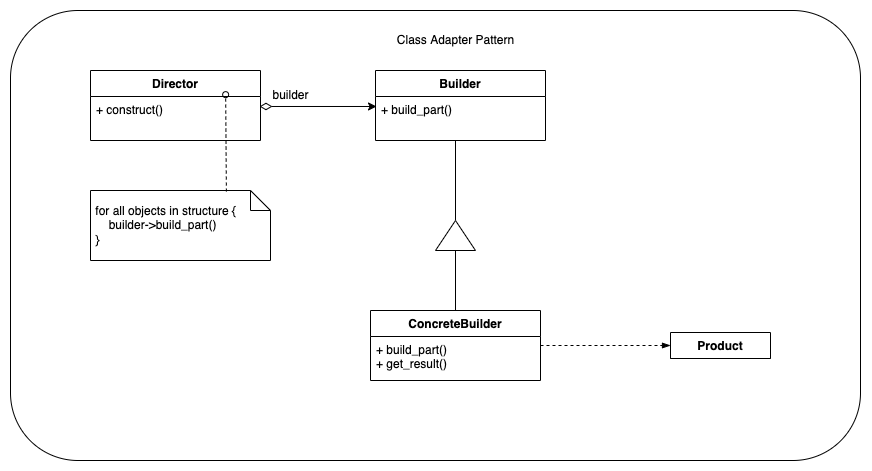
Earlier version of the draw.io export creational/builder/diagrams/builder-generic.png (vBarbaros/design-patterns-py). Source tidied: cells renumbered, new cells last; positions are measured from the earlier drawing's top-left corner, leaving out a move shared by most shapes. Its diagram source:
```xml
<mxGraphModel>
  <root>
    <mxCell id="0" />
    <mxCell id="1" parent="0" />
    <mxCell id="2" style="rounded=1;whiteSpace=wrap;html=1;" parent="1" vertex="1">
      <mxGeometry width="850" height="450" as="geometry" />
    </mxCell>
    <mxCell id="3" style="edgeStyle=orthogonalEdgeStyle;rounded=0;jettySize=auto;html=1;endArrow=none;endFill=0;" parent="1" edge="1" source="4" target="11">
      <mxGeometry relative="1" as="geometry">
        <Array as="points">
          <mxPoint x="440" y="225" />
        </Array>
      </mxGeometry>
    </mxCell>
    <mxCell id="4" value="ConcreteBuilder" style="swimlane;fontStyle=1;align=center;verticalAlign=top;horizontal=1;startSize=26;" parent="1" vertex="1">
      <mxGeometry x="360" y="300" width="170" height="70" as="geometry" />
    </mxCell>
    <mxCell id="5" value="+ build_part()&#10;+ get_result()" style="text;strokeColor=none;fillColor=none;align=left;verticalAlign=top;spacingLeft=4;spacingRight=4;overflow=hidden;" parent="4" vertex="1">
      <mxGeometry y="26" width="170" height="44" as="geometry" />
    </mxCell>
    <mxCell id="6" style="edgeStyle=orthogonalEdgeStyle;rounded=0;jettySize=auto;html=1;exitX=0.006;exitY=0.227;exitDx=0;exitDy=0;entryX=0.994;entryY=0.227;entryDx=0;entryDy=0;endArrow=diamondThin;endFill=0;strokeWidth=1;endSize=10;startArrow=classic;startFill=1;entryPerimeter=0;exitPerimeter=0;" parent="1" edge="1" source="9" target="14">
      <mxGeometry relative="1" as="geometry" />
    </mxCell>
    <mxCell id="7" value="Class Adapter Pattern" style="text;html=1;align=center;verticalAlign=middle;strokeColor=none;fillColor=none;" parent="1" vertex="1">
      <mxGeometry x="375" y="15" width="140" height="30" as="geometry" />
    </mxCell>
    <mxCell id="8" value="Builder" style="swimlane;fontStyle=1;align=center;verticalAlign=top;horizontal=1;startSize=26;" parent="1" vertex="1">
      <mxGeometry x="365" y="60" width="170" height="70" as="geometry" />
    </mxCell>
    <mxCell id="9" value="+ build_part()" style="text;strokeColor=none;fillColor=none;align=left;verticalAlign=top;spacingLeft=4;spacingRight=4;overflow=hidden;points=[[0,0.5],[1,0.5]];portConstraint=eastwest;" parent="8" vertex="1">
      <mxGeometry y="26" width="170" height="44" as="geometry" />
    </mxCell>
    <mxCell id="10" style="edgeStyle=orthogonalEdgeStyle;rounded=0;jettySize=auto;html=1;exitX=1;exitY=0.5;exitDx=0;exitDy=0;startArrow=none;startFill=0;endArrow=none;endFill=0;endSize=10;strokeWidth=1;" parent="1" edge="1" source="11">
      <mxGeometry relative="1" as="geometry">
        <mxPoint x="445" y="130" as="targetPoint" />
      </mxGeometry>
    </mxCell>
    <mxCell id="11" style="triangle;whiteSpace=wrap;html=1;direction=north;" parent="1" vertex="1">
      <mxGeometry x="425" y="210" width="40" height="30" as="geometry" />
    </mxCell>
    <mxCell id="12" value="builder" style="text;html=1;align=center;verticalAlign=middle;strokeColor=none;fillColor=none;" parent="1" vertex="1">
      <mxGeometry x="250" y="70" width="60" height="30" as="geometry" />
    </mxCell>
    <mxCell id="13" value="Director" style="swimlane;fontStyle=1;align=center;verticalAlign=top;horizontal=1;startSize=26;" parent="1" vertex="1">
      <mxGeometry x="80" y="60" width="170" height="70" as="geometry" />
    </mxCell>
    <mxCell id="14" value="+ construct()" style="text;strokeColor=none;fillColor=none;align=left;verticalAlign=top;spacingLeft=4;spacingRight=4;overflow=hidden;points=[[0,0.5],[1,0.5]];portConstraint=eastwest;" parent="13" vertex="1">
      <mxGeometry y="26" width="170" height="44" as="geometry" />
    </mxCell>
    <mxCell id="15" value="Product" style="swimlane;fontStyle=1;align=center;verticalAlign=top;horizontal=1;startSize=26;" parent="1" vertex="1" collapsed="1">
      <mxGeometry x="660" y="322" width="100" height="26" as="geometry" />
    </mxCell>
    <mxCell id="16" style="edgeStyle=orthogonalEdgeStyle;rounded=0;jettySize=auto;html=1;entryX=0;entryY=0.5;entryDx=0;entryDy=0;endArrow=blockThin;endFill=1;dashed=1;" parent="1" edge="1" target="15">
      <mxGeometry relative="1" as="geometry">
        <mxPoint x="530" y="335" as="sourcePoint" />
      </mxGeometry>
    </mxCell>
    <mxCell id="17" value="&amp;nbsp;for all objects in structure {&lt;br&gt;&amp;nbsp; &amp;nbsp; &amp;nbsp;builder-&amp;gt;build_part()&lt;br&gt;&amp;nbsp;}" style="shape=note;size=20;whiteSpace=wrap;html=1;align=left;" parent="1" vertex="1">
      <mxGeometry x="80" y="180" width="180" height="70" as="geometry" />
    </mxCell>
    <mxCell id="18" style="endArrow=oval;html=1;rounded=0;dashed=1;exitX=0.755;exitY=0.015;exitDx=0;exitDy=0;exitPerimeter=0;startArrow=none;startFill=0;endFill=0;entryX=0.795;entryY=-0.042;entryDx=0;entryDy=0;entryPerimeter=0;" parent="1" edge="1" source="17" target="14">
      <mxGeometry relative="1" as="geometry" />
    </mxCell>
  </root>
</mxGraphModel>
```
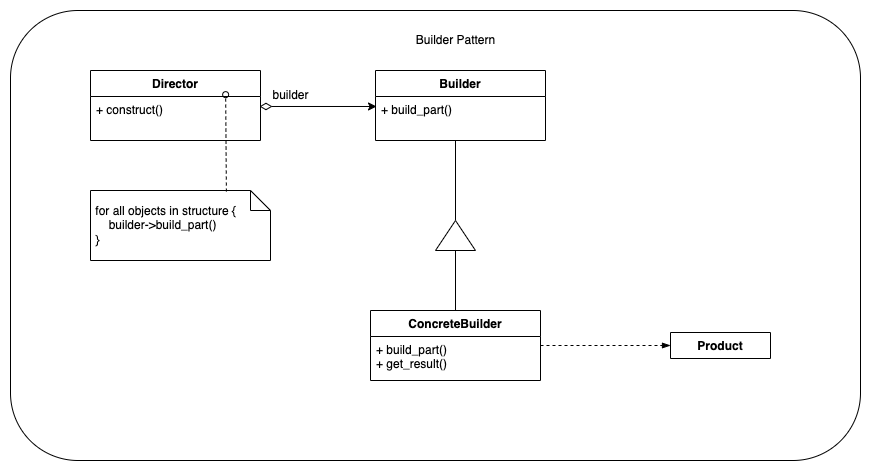
Later version of the same file.

Commit message:
WIP: Builder pattern

Change to the diagram source:
```diff
@@ -21,8 +21,8 @@
     <mxCell id="6" style="edgeStyle=orthogonalEdgeStyle;rounded=0;jettySize=auto;html=1;exitX=0.006;exitY=0.227;exitDx=0;exitDy=0;entryX=0.994;entryY=0.227;entryDx=0;entryDy=0;endArrow=diamondThin;endFill=0;strokeWidth=1;endSize=10;startArrow=classic;startFill=1;entryPerimeter=0;exitPerimeter=0;" parent="1" edge="1" source="9" target="14">
       <mxGeometry relative="1" as="geometry" />
     </mxCell>
-    <mxCell id="7" value="Class Adapter Pattern" style="text;html=1;align=center;verticalAlign=middle;strokeColor=none;fillColor=none;" parent="1" vertex="1">
-      <mxGeometry x="375" y="15" width="140" height="30" as="geometry" />
+    <mxCell id="7" value="Builder Pattern" style="text;html=1;align=center;verticalAlign=middle;strokeColor=none;fillColor=none;" parent="1" vertex="1">
+      <mxGeometry x="395" y="15" width="100" height="30" as="geometry" />
     </mxCell>
     <mxCell id="8" value="Builder" style="swimlane;fontStyle=1;align=center;verticalAlign=top;horizontal=1;startSize=26;" parent="1" vertex="1">
       <mxGeometry x="365" y="60" width="170" height="70" as="geometry" />
```
